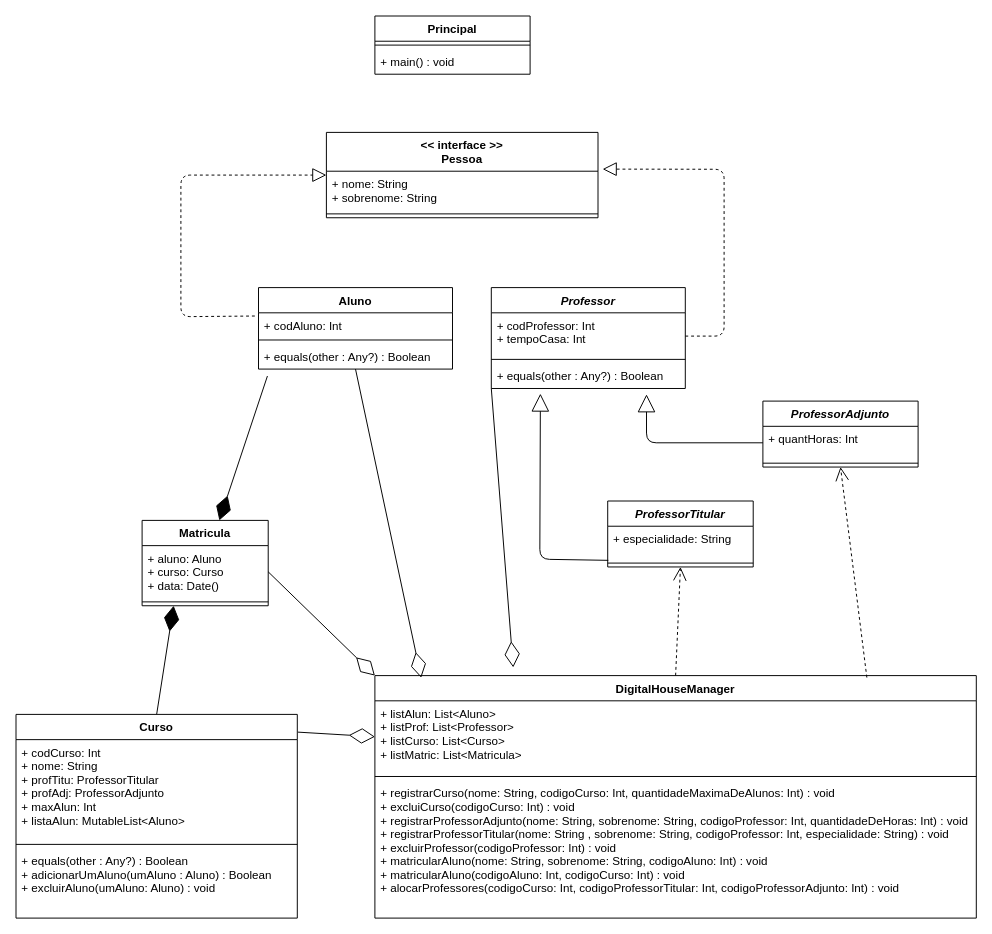
The draw.io diagram Desafio1DigitalHouse.drawio in eneri-jr/Desafio1DigitalHouse, before the edit. Source tidied: cells renumbered, new cells numbered last; positions are measured from the earlier drawing's top-left corner, leaving out a move shared by most shapes. Both pictures are drawn from the tidied source at 97%, with x=0, y=0 at pixel (16, 16).
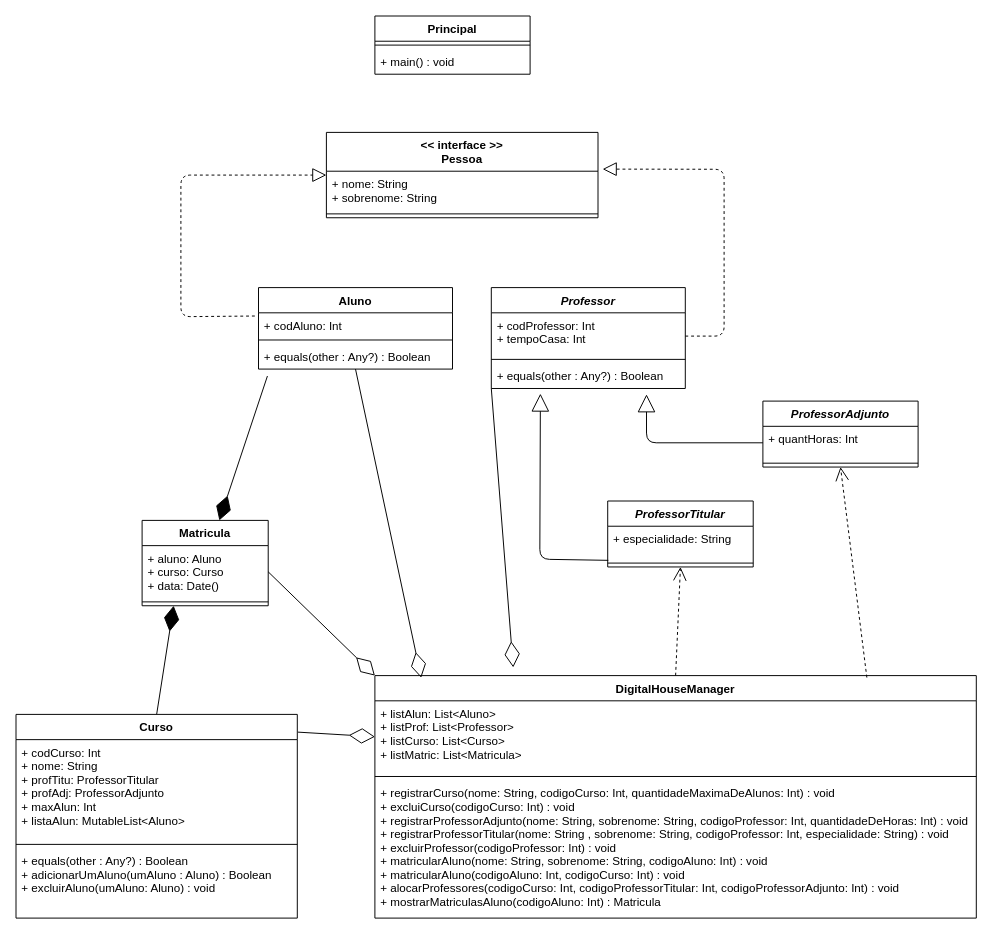
The same diagram, later.

Commit message:
Alteracao no UML para responder a Parte K

The change refers to these unchanged cells:
```xml
<mxCell id="35" value="DigitalHouseManager" style="swimlane;fontStyle=1;align=center;verticalAlign=top;horizontal=1;startSize=26;" parent="1" vertex="1">
  <mxGeometry x="370" y="680" width="620" height="250" as="geometry" />
</mxCell>
```

Change to the diagram source:
```diff
@@
-    <mxCell id="38" value="+ registrarCurso(nome: String, codigoCurso: Int, quantidadeMaximaDeAlunos: Int) : void&#10;+ excluiCurso(codigoCurso: Int) : void&#10;+ registrarProfessorAdjunto(nome: String, sobrenome: String, codigoProfessor: Int, quantidadeDeHoras: Int) : void&#10;+ registrarProfessorTitular(nome: String , sobrenome: String, codigoProfessor: Int, especialidade: String) : void&#10;+ excluirProfessor(codigoProfessor: Int) : void&#10;+ matricularAluno(nome: String, sobrenome: String, codigoAluno: Int) : void&#10;+ matricularAluno(codigoAluno: Int, codigoCurso: Int) : void&#10;+ alocarProfessores(codigoCurso: Int, codigoProfessorTitular: Int, codigoProfessorAdjunto: Int) : void" style="text;strokeColor=none;fillColor=none;align=left;verticalAlign=top;spacingLeft=4;spacingRight=4;overflow=hidden;" parent="35" vertex="1">
+    <mxCell id="38" value="+ registrarCurso(nome: String, codigoCurso: Int, quantidadeMaximaDeAlunos: Int) : void&#10;+ excluiCurso(codigoCurso: Int) : void&#10;+ registrarProfessorAdjunto(nome: String, sobrenome: String, codigoProfessor: Int, quantidadeDeHoras: Int) : void&#10;+ registrarProfessorTitular(nome: String , sobrenome: String, codigoProfessor: Int, especialidade: String) : void&#10;+ excluirProfessor(codigoProfessor: Int) : void&#10;+ matricularAluno(nome: String, sobrenome: String, codigoAluno: Int) : void&#10;+ matricularAluno(codigoAluno: Int, codigoCurso: Int) : void&#10;+ alocarProfessores(codigoCurso: Int, codigoProfessorTitular: Int, codigoProfessorAdjunto: Int) : void&#10;+ mostrarMatriculasAluno(codigoAluno: Int) : Matricula" style="text;strokeColor=none;fillColor=none;align=left;verticalAlign=top;spacingLeft=4;spacingRight=4;overflow=hidden;" parent="35" vertex="1">
       <mxGeometry y="108" width="620" height="142" as="geometry" />
     </mxCell>
```
